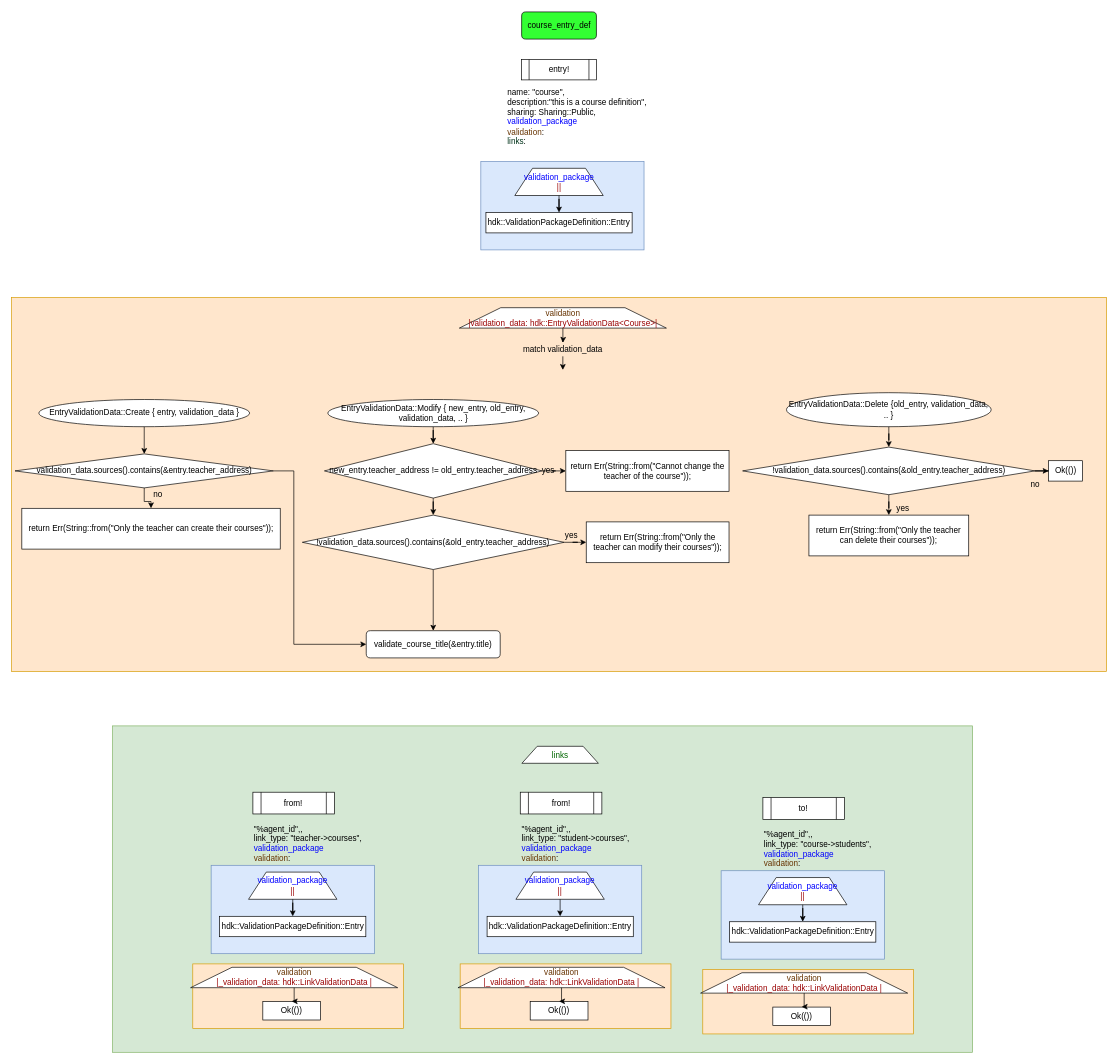
Above: page "course: course_entry_def" (4 of 11) of Untitled Diagram.drawio in sdelvalle57/hUdemy (draw.io), before the change. Source tidied: cells renumbered, new cells numbered last; positions are measured from the earlier drawing's top-left corner, leaving out a move shared by most shapes. Both pictures are drawn from the tidied source at 68%, with x=0, y=0 at pixel (12, 12).
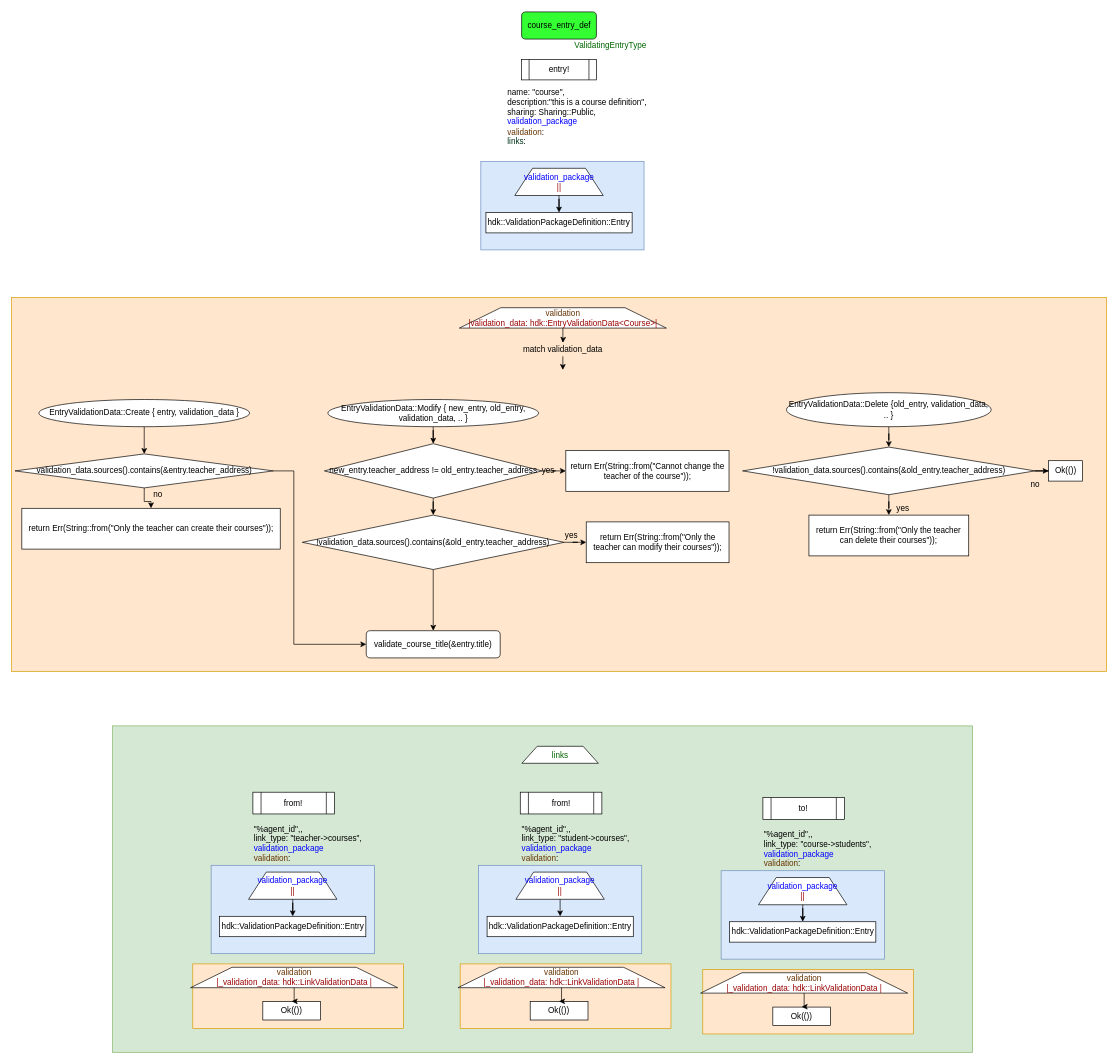
After the change.

The edit, as a diff of the source:
```diff
@@
+    <mxCell id="85" value="&lt;font color=&quot;#006600&quot;&gt;ValidatingEntryType&lt;/font&gt;" style="text;html=1;strokeColor=none;fillColor=none;align=center;verticalAlign=middle;whiteSpace=wrap;rounded=0;" parent="1" vertex="1">
+      <mxGeometry x="823" y="40" width="115" height="20" as="geometry" />
+    </mxCell>
```
